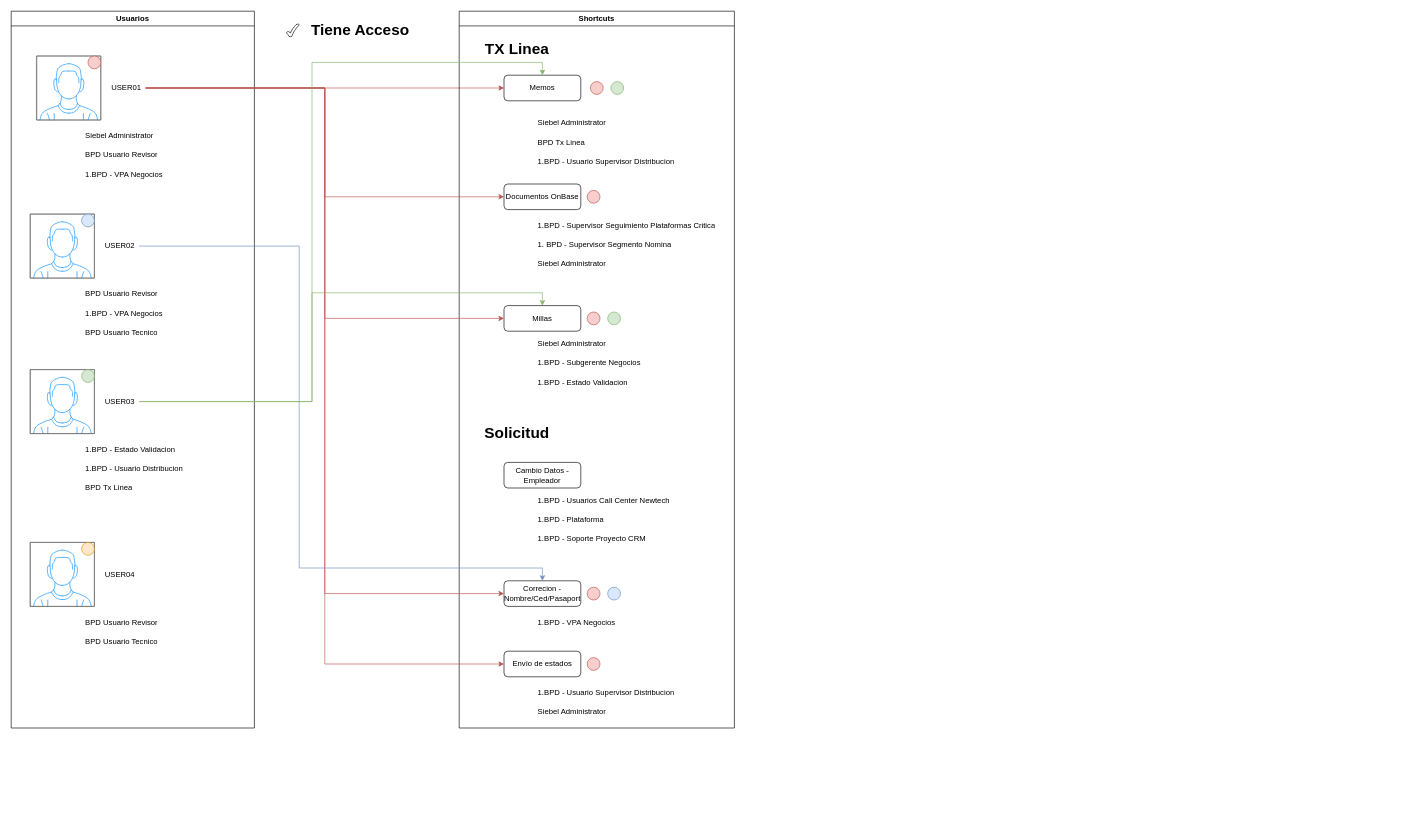
Earlier version of the draw.io diagram Acceso Shortcuts BPD.drawio (Jhonvf20/draw-io-graphs). Source tidied: cells renumbered, new cells numbered last; positions are measured from the earlier drawing's top-left corner, leaving out a move shared by most shapes. Both pictures are drawn from the tidied source at 64%, with x=0, y=0 at pixel (11, 11).
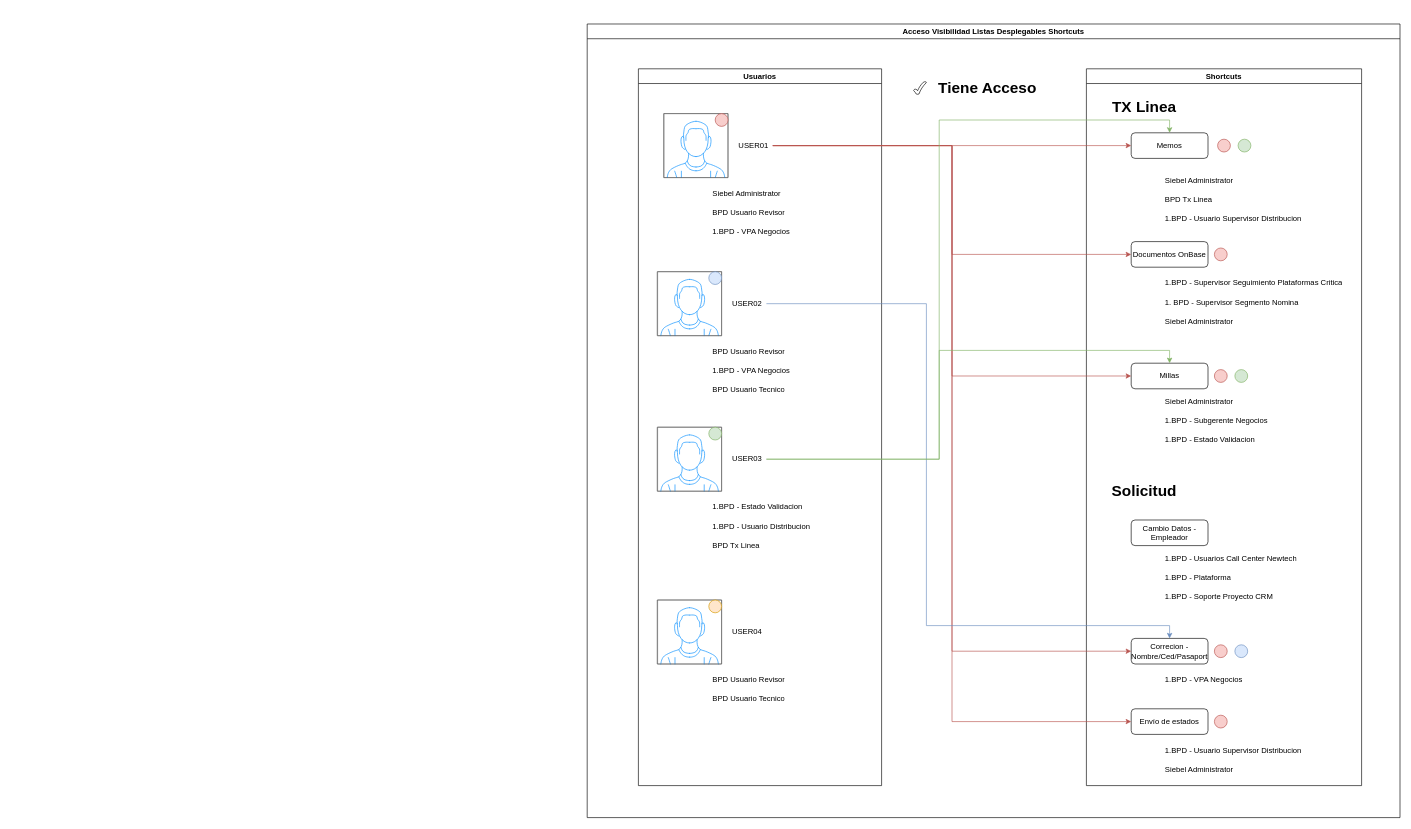
The same page after the edit.

Unchanged cells that the change refers to:
```xml
<mxCell id="7" value="USER01" style="text;html=1;align=center;verticalAlign=middle;whiteSpace=wrap;rounded=0;" parent="5" vertex="1">
  <mxGeometry x="150" y="105" width="60" height="30" as="geometry" />
</mxCell>
<mxCell id="9" value="USER02" style="text;html=1;align=center;verticalAlign=middle;whiteSpace=wrap;rounded=0;" parent="5" vertex="1">
  <mxGeometry x="140" y="352" width="60" height="30" as="geometry" />
</mxCell>
<mxCell id="11" value="USER03" style="text;html=1;align=center;verticalAlign=middle;whiteSpace=wrap;rounded=0;" parent="5" vertex="1">
  <mxGeometry x="140" y="595" width="60" height="30" as="geometry" />
</mxCell>
<mxCell id="30" value="Memos" style="rounded=1;whiteSpace=wrap;html=1;" parent="29" vertex="1">
  <mxGeometry x="70" y="100" width="120" height="40" as="geometry" />
</mxCell>
<mxCell id="33" value="Documentos OnBase" style="rounded=1;whiteSpace=wrap;html=1;" parent="29" vertex="1">
  <mxGeometry x="70" y="270" width="120" height="40" as="geometry" />
</mxCell>
<mxCell id="34" value="Millas" style="rounded=1;whiteSpace=wrap;html=1;" parent="29" vertex="1">
  <mxGeometry x="70" y="460" width="120" height="40" as="geometry" />
</mxCell>
<mxCell id="37" value="Correcion -Nombre/Ced/Pasaport" style="rounded=1;whiteSpace=wrap;html=1;" parent="29" vertex="1">
  <mxGeometry x="70" y="890" width="120" height="40" as="geometry" />
</mxCell>
<mxCell id="38" value="Envío de estados" style="rounded=1;whiteSpace=wrap;html=1;" parent="29" vertex="1">
  <mxGeometry x="70" y="1000" width="120" height="40" as="geometry" />
</mxCell>
```

Diff of the diagram source:
```diff
@@
-    <mxCell id="2" style="edgeStyle=orthogonalEdgeStyle;rounded=0;jettySize=auto;html=1;exitX=1;exitY=0.5;exitDx=0;exitDy=0;entryX=0;entryY=0.5;entryDx=0;entryDy=0;fillColor=#f8cecc;strokeColor=#b85450;" parent="1" edge="1" source="7" target="30">
-      <mxGeometry relative="1" as="geometry" />
-    </mxCell>
+    <mxCell id="68" value="Acceso Visibilidad Listas Desplegables Shortcuts" style="swimlane;whiteSpace=wrap;html=1;" parent="1" vertex="1">
+      <mxGeometry x="900" y="20" width="1270" height="1240" as="geometry" />
+    </mxCell>
-    <mxCell id="3" style="verticalLabelPosition=bottom;verticalAlign=top;html=1;shape=mxgraph.basic.tick;" parent="1" vertex="1">
-      <mxGeometry x="430" y="20" width="20" height="20" as="geometry" />
+    <mxCell id="3" style="verticalLabelPosition=bottom;verticalAlign=top;html=1;shape=mxgraph.basic.tick;" parent="68" vertex="1">
+      <mxGeometry x="510" y="90" width="20" height="20" as="geometry" />
     </mxCell>
-    <mxCell id="4" value="Tiene Acceso" style="text;strokeColor=none;fillColor=none;html=1;fontSize=24;fontStyle=1;verticalAlign=middle;align=center;" parent="1" vertex="1">
-      <mxGeometry x="460" y="10" width="170" height="40" as="geometry" />
+    <mxCell id="4" value="Tiene Acceso" style="text;strokeColor=none;fillColor=none;html=1;fontSize=24;fontStyle=1;verticalAlign=middle;align=center;" parent="68" vertex="1">
+      <mxGeometry x="540" y="80" width="170" height="40" as="geometry" />
     </mxCell>
-    <mxCell id="5" value="Usuarios" style="swimlane;whiteSpace=wrap;html=1;startSize=23;" parent="1" vertex="1">
-      <mxGeometry width="380" height="1120" as="geometry" />
+    <mxCell id="5" value="Usuarios" style="swimlane;whiteSpace=wrap;html=1;startSize=23;" parent="68" vertex="1">
+      <mxGeometry x="80" y="70" width="380" height="1120" as="geometry" />
     </mxCell>
@@
-    <mxCell id="29" value="Shortcuts" style="swimlane;whiteSpace=wrap;html=1;" parent="1" vertex="1">
-      <mxGeometry x="700" width="430" height="1120" as="geometry" />
+    <mxCell id="29" value="Shortcuts" style="swimlane;whiteSpace=wrap;html=1;" parent="68" vertex="1">
+      <mxGeometry x="780" y="70" width="430" height="1120" as="geometry" />
     </mxCell>
@@
-    <mxCell id="61" style="edgeStyle=orthogonalEdgeStyle;rounded=0;jettySize=auto;html=1;exitX=1;exitY=0.5;exitDx=0;exitDy=0;entryX=0;entryY=0.5;entryDx=0;entryDy=0;fillColor=#f8cecc;strokeColor=#b85450;" parent="1" edge="1" source="7" target="33">
+    <mxCell id="61" style="edgeStyle=orthogonalEdgeStyle;rounded=0;jettySize=auto;html=1;exitX=1;exitY=0.5;exitDx=0;exitDy=0;entryX=0;entryY=0.5;entryDx=0;entryDy=0;fillColor=#f8cecc;strokeColor=#b85450;" parent="68" edge="1" source="7" target="33">
       <mxGeometry relative="1" as="geometry" />
     </mxCell>
-    <mxCell id="62" style="edgeStyle=orthogonalEdgeStyle;rounded=0;jettySize=auto;html=1;exitX=1;exitY=0.5;exitDx=0;exitDy=0;entryX=0;entryY=0.5;entryDx=0;entryDy=0;fillColor=#f8cecc;strokeColor=#b85450;" parent="1" edge="1" source="7" target="34">
+    <mxCell id="62" style="edgeStyle=orthogonalEdgeStyle;rounded=0;jettySize=auto;html=1;exitX=1;exitY=0.5;exitDx=0;exitDy=0;entryX=0;entryY=0.5;entryDx=0;entryDy=0;fillColor=#f8cecc;strokeColor=#b85450;" parent="68" edge="1" source="7" target="34">
       <mxGeometry relative="1" as="geometry" />
     </mxCell>
-    <mxCell id="63" style="edgeStyle=orthogonalEdgeStyle;rounded=0;jettySize=auto;html=1;exitX=1;exitY=0.5;exitDx=0;exitDy=0;entryX=0;entryY=0.5;entryDx=0;entryDy=0;fillColor=#f8cecc;strokeColor=#b85450;" parent="1" edge="1" source="7" target="38">
+    <mxCell id="63" style="edgeStyle=orthogonalEdgeStyle;rounded=0;jettySize=auto;html=1;exitX=1;exitY=0.5;exitDx=0;exitDy=0;entryX=0;entryY=0.5;entryDx=0;entryDy=0;fillColor=#f8cecc;strokeColor=#b85450;" parent="68" edge="1" source="7" target="38">
       <mxGeometry relative="1" as="geometry" />
     </mxCell>
-    <mxCell id="64" style="edgeStyle=orthogonalEdgeStyle;rounded=0;jettySize=auto;html=1;exitX=1;exitY=0.5;exitDx=0;exitDy=0;entryX=0;entryY=0.5;entryDx=0;entryDy=0;fillColor=#f8cecc;strokeColor=#b85450;" parent="1" edge="1" source="7" target="37">
+    <mxCell id="64" style="edgeStyle=orthogonalEdgeStyle;rounded=0;jettySize=auto;html=1;exitX=1;exitY=0.5;exitDx=0;exitDy=0;entryX=0;entryY=0.5;entryDx=0;entryDy=0;fillColor=#f8cecc;strokeColor=#b85450;" parent="68" edge="1" source="7" target="37">
       <mxGeometry relative="1" as="geometry" />
     </mxCell>
-    <mxCell id="65" style="edgeStyle=orthogonalEdgeStyle;rounded=0;jettySize=auto;html=1;exitX=1;exitY=0.5;exitDx=0;exitDy=0;entryX=0.5;entryY=0;entryDx=0;entryDy=0;fillColor=#dae8fc;strokeColor=#6c8ebf;" parent="1" edge="1" source="9" target="37">
+    <mxCell id="65" style="edgeStyle=orthogonalEdgeStyle;rounded=0;jettySize=auto;html=1;exitX=1;exitY=0.5;exitDx=0;exitDy=0;entryX=0.5;entryY=0;entryDx=0;entryDy=0;fillColor=#dae8fc;strokeColor=#6c8ebf;" parent="68" edge="1" source="9" target="37">
       <mxGeometry relative="1" as="geometry">
         <Array as="points">
-          <mxPoint x="450" y="367" />
-          <mxPoint x="450" y="870" />
-          <mxPoint x="830" y="870" />
+          <mxPoint x="530" y="437" />
+          <mxPoint x="530" y="940" />
+          <mxPoint x="910" y="940" />
         </Array>
       </mxGeometry>
     </mxCell>
-    <mxCell id="66" style="edgeStyle=orthogonalEdgeStyle;rounded=0;jettySize=auto;html=1;exitX=1;exitY=0.5;exitDx=0;exitDy=0;entryX=0.5;entryY=0;entryDx=0;entryDy=0;fillColor=#d5e8d4;strokeColor=#82b366;" parent="1" edge="1" source="11" target="34">
+    <mxCell id="66" style="edgeStyle=orthogonalEdgeStyle;rounded=0;jettySize=auto;html=1;exitX=1;exitY=0.5;exitDx=0;exitDy=0;entryX=0.5;entryY=0;entryDx=0;entryDy=0;fillColor=#d5e8d4;strokeColor=#82b366;" parent="68" edge="1" source="11" target="34">
       <mxGeometry relative="1" as="geometry">
         <Array as="points">
-          <mxPoint x="470" y="610" />
-          <mxPoint x="470" y="440" />
-          <mxPoint x="830" y="440" />
+          <mxPoint x="550" y="680" />
+          <mxPoint x="550" y="510" />
+          <mxPoint x="910" y="510" />
         </Array>
       </mxGeometry>
     </mxCell>
+    <mxCell id="2" style="edgeStyle=orthogonalEdgeStyle;rounded=0;jettySize=auto;html=1;exitX=1;exitY=0.5;exitDx=0;exitDy=0;entryX=0;entryY=0.5;entryDx=0;entryDy=0;fillColor=#f8cecc;strokeColor=#b85450;" parent="68" edge="1" source="7" target="30">
+      <mxGeometry relative="1" as="geometry" />
+    </mxCell>
-    <mxCell id="67" style="edgeStyle=orthogonalEdgeStyle;rounded=0;jettySize=auto;html=1;exitX=1;exitY=0.5;exitDx=0;exitDy=0;entryX=0.5;entryY=0;entryDx=0;entryDy=0;fillColor=#d5e8d4;strokeColor=#82b366;" parent="1" edge="1" source="11" target="30">
+    <mxCell id="67" style="edgeStyle=orthogonalEdgeStyle;rounded=0;jettySize=auto;html=1;exitX=1;exitY=0.5;exitDx=0;exitDy=0;entryX=0.5;entryY=0;entryDx=0;entryDy=0;fillColor=#d5e8d4;strokeColor=#82b366;" parent="68" edge="1" source="11" target="30">
       <mxGeometry relative="1" as="geometry">
         <Array as="points">
-          <mxPoint x="470" y="610" />
-          <mxPoint x="470" y="80" />
-          <mxPoint x="830" y="80" />
+          <mxPoint x="550" y="680" />
+          <mxPoint x="550" y="150" />
+          <mxPoint x="910" y="150" />
         </Array>
       </mxGeometry>
     </mxCell>
```
